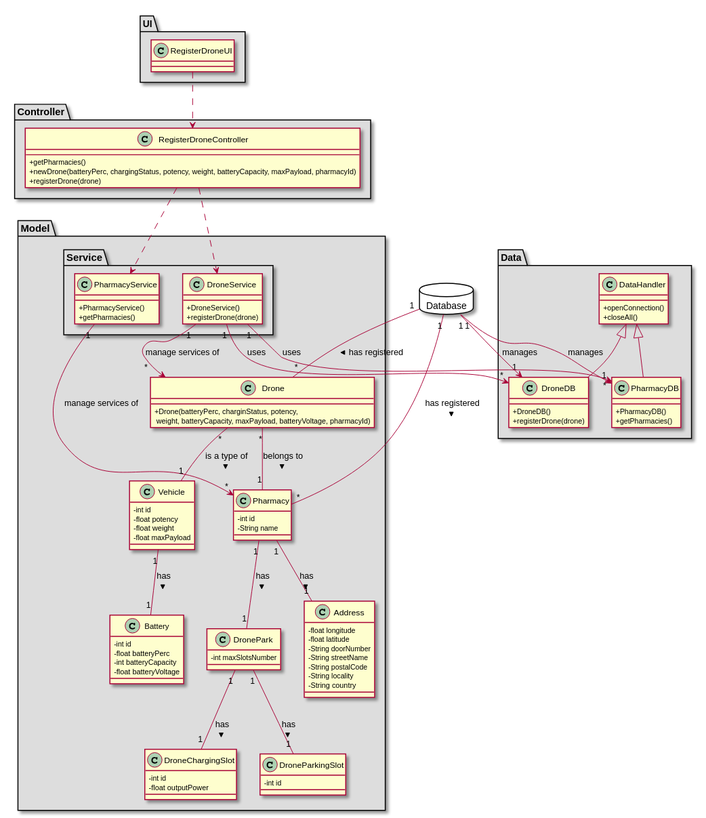
Above: docs/Iteration 2/Drone Management/US193_RegisterDrone/US193_CD.svg in tiagoavcosta25/LAPR3 (PlantUML), before the change.
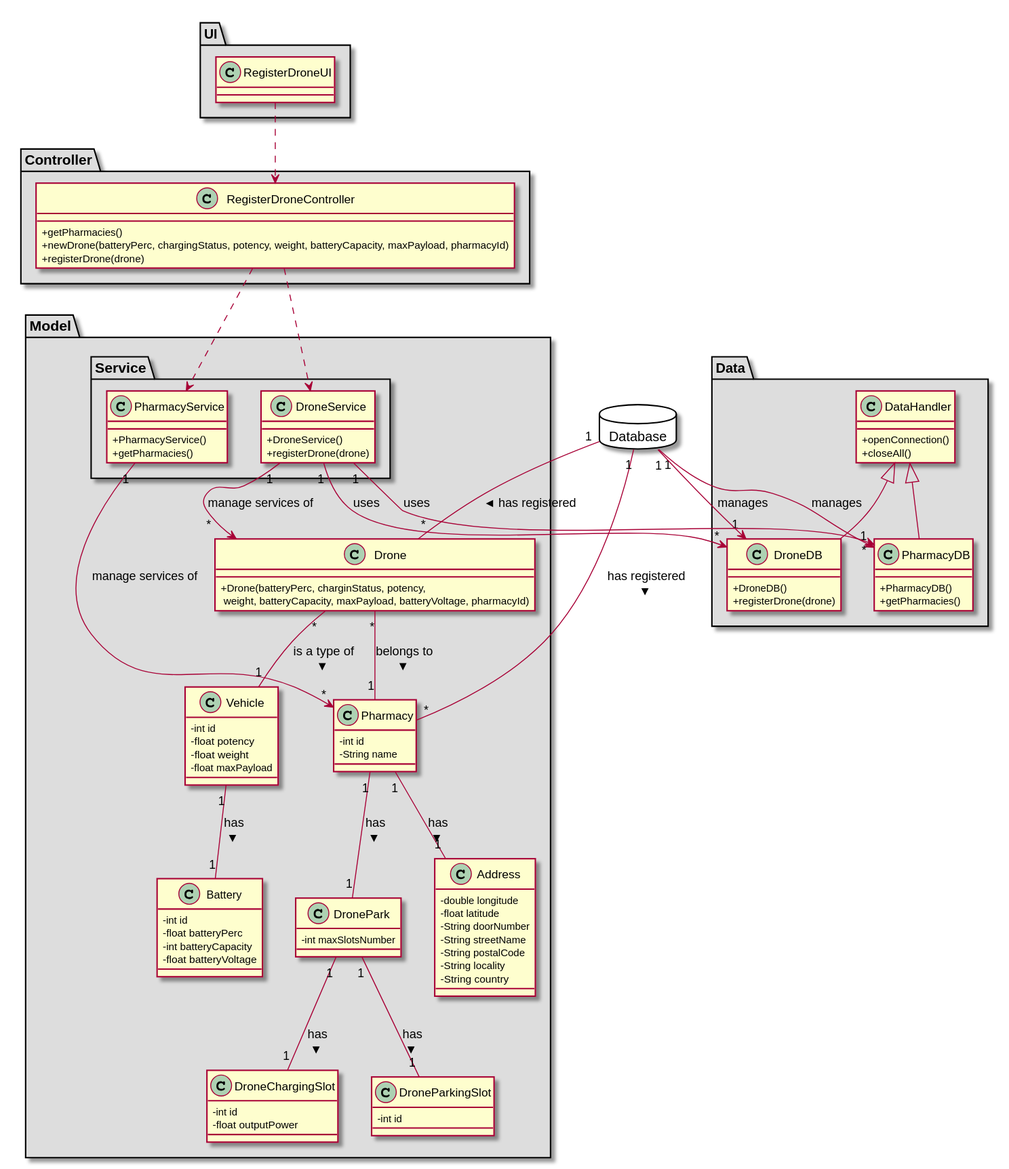
Above is the later version.

Commit message:
LAPR2AP2-233 #fixing Register Drone [Design]

What changed in the source:
```diff
@@ -64,7 +64,7 @@
 }
 
 class Address{
-  -float longitude
+  -double longitude
   -float latitude
   -String doorNumber
   -String streetName
```
